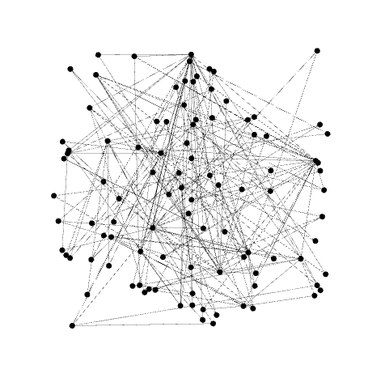
Above: Graph Images/DorogovtsevMendes100.png in isailg/GraphLibrary (Graphviz), before the change. Its source is kept beside it as GraphViz/DorogovtsevMendes100.gv. The source it was exported from:
```dot
graph DorogovtsevMendes100 {
0 -- 1;
1 -- 2;
2 -- 0;
3 -- 0;
3 -- 1;
4 -- 2;
4 -- 0;
5 -- 3;
5 -- 0;
6 -- 3;
6 -- 0;
7 -- 3;
7 -- 0;
8 -- 3;
8 -- 0;
9 -- 2;
9 -- 0;
10 -- 1;
10 -- 2;
11 -- 3;
11 -- 1;
12 -- 3;
12 -- 1;
13 -- 6;
13 -- 0;
14 -- 4;
14 -- 0;
15 -- 8;
15 -- 3;
16 -- 3;
16 -- 0;
17 -- 6;
17 -- 0;
18 -- 6;
18 -- 3;
19 -- 10;
19 -- 2;
20 -- 8;
20 -- 0;
21 -- 7;
21 -- 3;
22 -- 4;
22 -- 2;
23 -- 6;
23 -- 0;
24 -- 11;
24 -- 1;
25 -- 13;
25 -- 6;
26 -- 8;
26 -- 0;
27 -- 13;
27 -- 6;
28 -- 2;
28 -- 0;
29 -- 10;
29 -- 1;
30 -- 6;
30 -- 0;
31 -- 5;
31 -- 3;
32 -- 15;
32 -- 8;
33 -- 13;
33 -- 6;
34 -- 3;
34 -- 1;
35 -- 10;
35 -- 1;
36 -- 11;
36 -- 3;
37 -- 14;
37 -- 4;
38 -- 14;
38 -- 0;
39 -- 7;
39 -- 3;
40 -- 19;
40 -- 2;
41 -- 4;
41 -- 0;
42 -- 12;
42 -- 1;
43 -- 21;
43 -- 7;
44 -- 21;
44 -- 7;
45 -- 12;
45 -- 3;
46 -- 10;
46 -- 1;
47 -- 1;
47 -- 2;
48 -- 7;
48 -- 3;
49 -- 11;
49 -- 1;
50 -- 26;
50 -- 8;
51 -- 11;
51 -- 3;
52 -- 17;
52 -- 6;
53 -- 10;
53 -- 2;
54 -- 13;
54 -- 6;
55 -- 22;
55 -- 4;
56 -- 16;
56 -- 0;
57 -- 19;
57 -- 2;
58 -- 15;
58 -- 8;
59 -- 21;
59 -- 3;
60 -- 28;
60 -- 2;
61 -- 24;
61 -- 1;
62 -- 6;
62 -- 3;
63 -- 19;
63 -- 2;
64 -- 17;
64 -- 6;
65 -- 14;
65 -- 0;
66 -- 24;
66 -- 1;
67 -- 5;
67 -- 0;
68 -- 11;
68 -- 3;
69 -- 18;
69 -- 6;
70 -- 24;
70 -- 11;
71 -- 9;
71 -- 2;
72 -- 13;
72 -- 6;
73 -- 24;
73 -- 11;
74 -- 32;
74 -- 15;
75 -- 23;
75 -- 6;
76 -- 37;
76 -- 14;
77 -- 35;
77 -- 1;
78 -- 19;
78 -- 2;
79 -- 25;
79 -- 13;
80 -- 5;
80 -- 0;
81 -- 15;
81 -- 8;
82 -- 37;
82 -- 14;
83 -- 23;
83 -- 0;
84 -- 37;
84 -- 4;
85 -- 26;
85 -- 8;
86 -- 24;
86 -- 1;
87 -- 15;
87 -- 3;
88 -- 16;
88 -- 3;
89 -- 15;
89 -- 8;
90 -- 45;
90 -- 3;
91 -- 24;
91 -- 11;
92 -- 42;
92 -- 1;
93 -- 46;
93 -- 10;
94 -- 26;
94 -- 8;
95 -- 28;
95 -- 0;
96 -- 25;
96 -- 6;
97 -- 17;
97 -- 0;
98 -- 25;
98 -- 6;
99 -- 47;
99 -- 2;
}
```
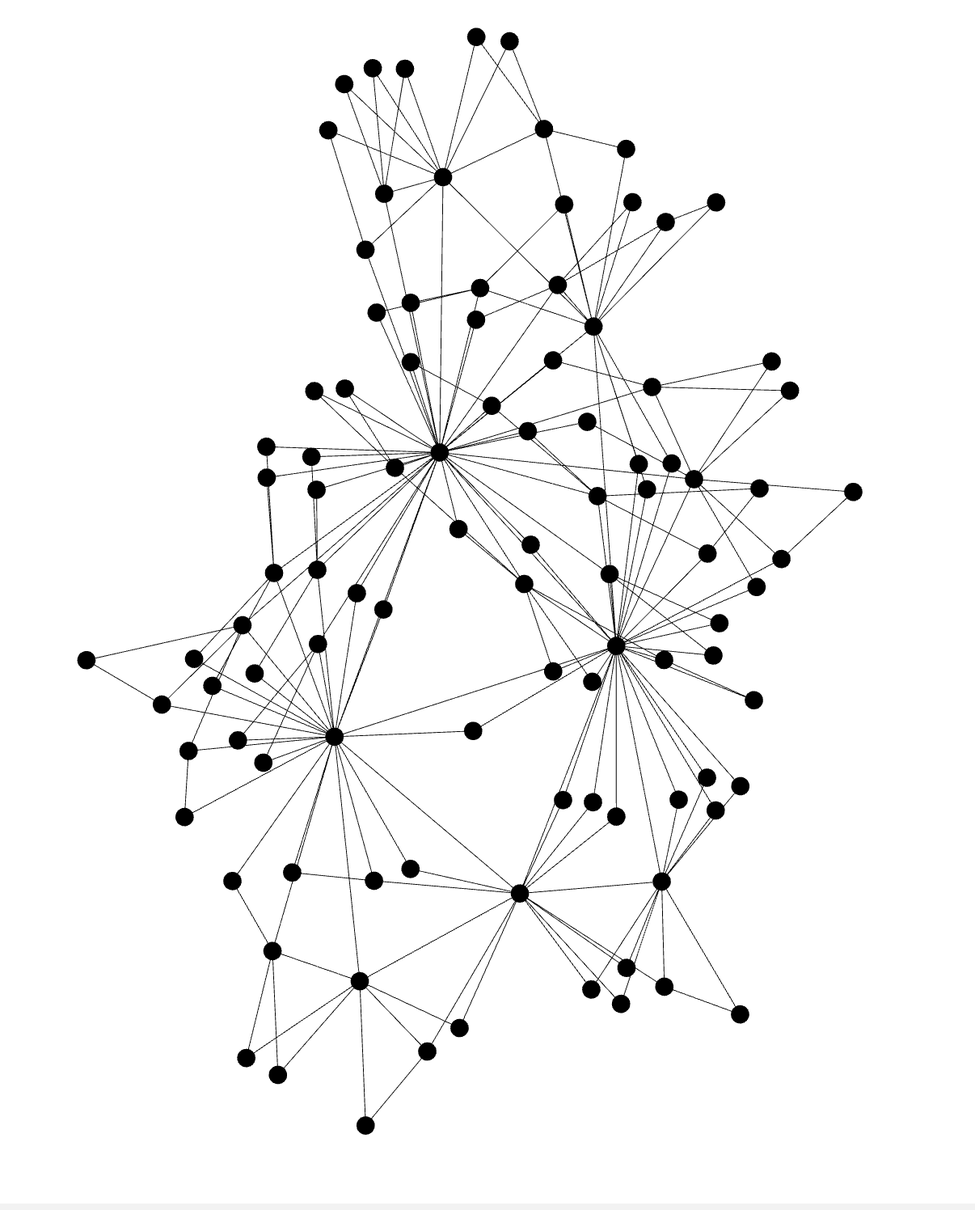
Later version of the same file.

What changed in the source:
```diff
@@ -1,199 +1,199 @@
-graph DorogovtsevMendes100 {
+graph GeneratedGraphs(.gv)/DorogovtsevMendes100 {
 0 -- 1;
 1 -- 2;
 2 -- 0;
+3 -- 2;
 3 -- 0;
-3 -- 1;
+4 -- 3;
 4 -- 2;
-4 -- 0;
-5 -- 3;
-5 -- 0;
+5 -- 1;
+5 -- 2;
+6 -- 4;
 6 -- 3;
-6 -- 0;
-7 -- 3;
 7 -- 0;
-8 -- 3;
+7 -- 1;
 8 -- 0;
-9 -- 2;
+8 -- 1;
+9 -- 3;
 9 -- 0;
-10 -- 1;
-10 -- 2;
+10 -- 6;
+10 -- 4;
 11 -- 3;
-11 -- 1;
+11 -- 2;
 12 -- 3;
-12 -- 1;
-13 -- 6;
-13 -- 0;
-14 -- 4;
+12 -- 0;
+13 -- 4;
+13 -- 3;
+14 -- 3;
 14 -- 0;
 15 -- 8;
-15 -- 3;
+15 -- 0;
 16 -- 3;
-16 -- 0;
-17 -- 6;
-17 -- 0;
-18 -- 6;
+16 -- 2;
+17 -- 4;
+17 -- 3;
 18 -- 3;
-19 -- 10;
-19 -- 2;
-20 -- 8;
+18 -- 2;
+19 -- 6;
+19 -- 3;
+20 -- 3;
 20 -- 0;
-21 -- 7;
 21 -- 3;
-22 -- 4;
-22 -- 2;
-23 -- 6;
-23 -- 0;
-24 -- 11;
-24 -- 1;
-25 -- 13;
-25 -- 6;
-26 -- 8;
-26 -- 0;
-27 -- 13;
-27 -- 6;
-28 -- 2;
-28 -- 0;
-29 -- 10;
+21 -- 2;
+22 -- 5;
+22 -- 1;
+23 -- 11;
+23 -- 2;
+24 -- 10;
+24 -- 6;
+25 -- 5;
+25 -- 1;
+26 -- 6;
+26 -- 3;
+27 -- 9;
+27 -- 3;
+28 -- 11;
+28 -- 3;
+29 -- 8;
 29 -- 1;
-30 -- 6;
-30 -- 0;
-31 -- 5;
+30 -- 13;
+30 -- 4;
+31 -- 16;
 31 -- 3;
-32 -- 15;
-32 -- 8;
-33 -- 13;
-33 -- 6;
-34 -- 3;
-34 -- 1;
-35 -- 10;
-35 -- 1;
-36 -- 11;
+32 -- 9;
+32 -- 3;
+33 -- 12;
+33 -- 0;
+34 -- 14;
+34 -- 0;
+35 -- 7;
+35 -- 0;
+36 -- 18;
 36 -- 3;
-37 -- 14;
-37 -- 4;
-38 -- 14;
+37 -- 11;
+37 -- 2;
+38 -- 9;
 38 -- 0;
-39 -- 7;
-39 -- 3;
+39 -- 8;
+39 -- 1;
 40 -- 19;
-40 -- 2;
-41 -- 4;
-41 -- 0;
-42 -- 12;
-42 -- 1;
-43 -- 21;
-43 -- 7;
-44 -- 21;
-44 -- 7;
-45 -- 12;
-45 -- 3;
-46 -- 10;
-46 -- 1;
-47 -- 1;
-47 -- 2;
-48 -- 7;
-48 -- 3;
-49 -- 11;
-49 -- 1;
-50 -- 26;
-50 -- 8;
-51 -- 11;
+40 -- 6;
+41 -- 18;
+41 -- 2;
+42 -- 14;
+42 -- 0;
+43 -- 3;
+43 -- 2;
+44 -- 16;
+44 -- 2;
+45 -- 16;
+45 -- 2;
+46 -- 3;
+46 -- 0;
+47 -- 10;
+47 -- 6;
+48 -- 5;
+48 -- 2;
+49 -- 13;
+49 -- 4;
+50 -- 4;
+50 -- 2;
+51 -- 13;
 51 -- 3;
-52 -- 17;
-52 -- 6;
-53 -- 10;
+52 -- 15;
+52 -- 8;
+53 -- 21;
 53 -- 2;
-54 -- 13;
-54 -- 6;
-55 -- 22;
-55 -- 4;
-56 -- 16;
-56 -- 0;
-57 -- 19;
+54 -- 17;
+54 -- 3;
+55 -- 19;
+55 -- 6;
+56 -- 26;
+56 -- 6;
+57 -- 5;
 57 -- 2;
-58 -- 15;
-58 -- 8;
-59 -- 21;
+58 -- 10;
+58 -- 4;
+59 -- 28;
 59 -- 3;
-60 -- 28;
-60 -- 2;
-61 -- 24;
-61 -- 1;
-62 -- 6;
-62 -- 3;
-63 -- 19;
-63 -- 2;
-64 -- 17;
-64 -- 6;
-65 -- 14;
-65 -- 0;
-66 -- 24;
-66 -- 1;
-67 -- 5;
-67 -- 0;
-68 -- 11;
-68 -- 3;
-69 -- 18;
-69 -- 6;
-70 -- 24;
-70 -- 11;
-71 -- 9;
+60 -- 30;
+60 -- 4;
+61 -- 25;
+61 -- 5;
+62 -- 5;
+62 -- 2;
+63 -- 29;
+63 -- 8;
+64 -- 9;
+64 -- 0;
+65 -- 1;
+65 -- 2;
+66 -- 31;
+66 -- 16;
+67 -- 34;
+67 -- 14;
+68 -- 31;
+68 -- 16;
+69 -- 31;
+69 -- 3;
+70 -- 17;
+70 -- 3;
+71 -- 21;
 71 -- 2;
-72 -- 13;
-72 -- 6;
-73 -- 24;
-73 -- 11;
-74 -- 32;
-74 -- 15;
-75 -- 23;
-75 -- 6;
-76 -- 37;
-76 -- 14;
-77 -- 35;
-77 -- 1;
-78 -- 19;
-78 -- 2;
-79 -- 25;
-79 -- 13;
-80 -- 5;
+72 -- 1;
+72 -- 2;
+73 -- 20;
+73 -- 0;
+74 -- 4;
+74 -- 2;
+75 -- 37;
+75 -- 2;
+76 -- 5;
+76 -- 1;
+77 -- 20;
+77 -- 3;
+78 -- 28;
+78 -- 3;
+79 -- 16;
+79 -- 3;
 80 -- 0;
-81 -- 15;
-81 -- 8;
-82 -- 37;
-82 -- 14;
-83 -- 23;
-83 -- 0;
-84 -- 37;
+80 -- 1;
+81 -- 3;
+81 -- 0;
+82 -- 2;
+82 -- 0;
+83 -- 41;
+83 -- 18;
 84 -- 4;
-85 -- 26;
-85 -- 8;
-86 -- 24;
-86 -- 1;
-87 -- 15;
-87 -- 3;
-88 -- 16;
-88 -- 3;
-89 -- 15;
-89 -- 8;
-90 -- 45;
-90 -- 3;
-91 -- 24;
-91 -- 11;
-92 -- 42;
+84 -- 2;
+85 -- 12;
+85 -- 0;
+86 -- 19;
+86 -- 6;
+87 -- 42;
+87 -- 0;
+88 -- 11;
+88 -- 2;
+89 -- 5;
+89 -- 2;
+90 -- 5;
+90 -- 1;
+91 -- 18;
+91 -- 3;
 92 -- 1;
-93 -- 46;
-93 -- 10;
-94 -- 26;
+92 -- 2;
+93 -- 36;
+93 -- 3;
+94 -- 15;
 94 -- 8;
-95 -- 28;
+95 -- 15;
 95 -- 0;
-96 -- 25;
-96 -- 6;
+96 -- 45;
+96 -- 16;
 97 -- 17;
-97 -- 0;
-98 -- 25;
-98 -- 6;
-99 -- 47;
-99 -- 2;
+97 -- 4;
+98 -- 11;
+98 -- 3;
+99 -- 20;
+99 -- 3;
 }
```
